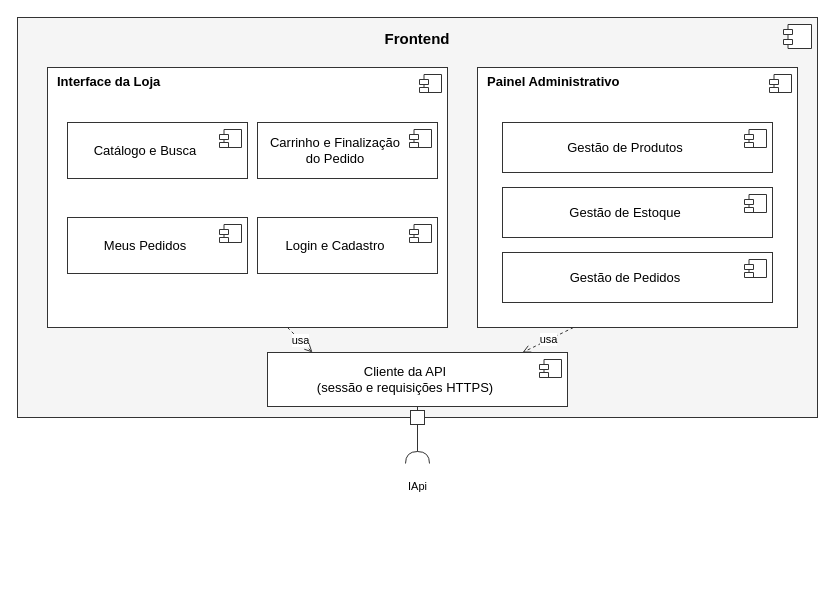
The draw.io diagram aps2/assets/CMP_Frontend.drawio in gabrlou/modelagem-software, before the edit. Source tidied: cells renumbered, new cells numbered last; positions are measured from the earlier drawing's top-left corner, leaving out a move shared by most shapes. Both pictures are drawn from the tidied source at 100%, with x=0, y=0 at pixel (17, 17).
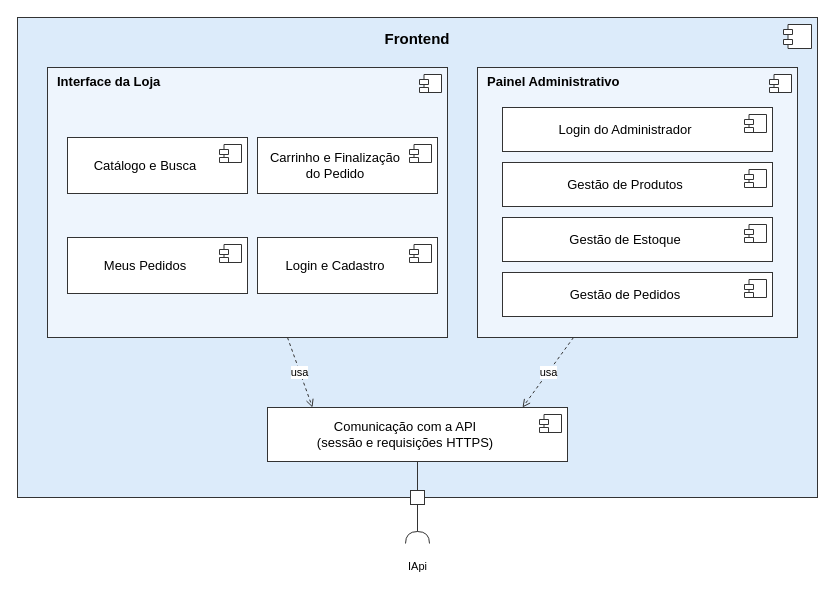
The same page after the edit.

Commit message (it also covers changes not shown here):
docs(aps2): cores nos diagramas, secao Diagrama no cap. 3, micro do Backend e Frontend revisados, textos explicativos

The edit, as a diff of the source:
```diff
@@
-    <mxCell id="2" value="Frontend" style="rounded=0;whiteSpace=wrap;html=1;fillColor=#F5F5F5;strokeColor=#333333;fontSize=15;fontStyle=1;align=center;verticalAlign=top;spacingTop=6;" parent="1" vertex="1">
-      <mxGeometry width="800" height="400" as="geometry" />
+    <mxCell id="2" value="Frontend" style="rounded=0;whiteSpace=wrap;html=1;fillColor=#DCEBFA;strokeColor=#333333;fontSize=15;fontStyle=1;align=center;verticalAlign=top;spacingTop=6;" parent="1" vertex="1">
+      <mxGeometry width="800" height="480" as="geometry" />
     </mxCell>
@@
-    <mxCell id="4" value="Interface da Loja" style="rounded=0;whiteSpace=wrap;html=1;fillColor=#FFFFFF;strokeColor=#333333;verticalAlign=top;align=left;spacingLeft=8;fontStyle=1;fontSize=13;" parent="1" vertex="1">
-      <mxGeometry x="30" y="50" width="400" height="260" as="geometry" />
+    <mxCell id="4" value="Interface da Loja" style="rounded=0;whiteSpace=wrap;html=1;fillColor=#EEF5FD;strokeColor=#333333;verticalAlign=top;align=left;spacingLeft=8;fontStyle=1;fontSize=13;" parent="1" vertex="1">
+      <mxGeometry x="30" y="50" width="400" height="270" as="geometry" />
     </mxCell>
@@
-    <mxCell id="6" value="Painel Administrativo" style="rounded=0;whiteSpace=wrap;html=1;fillColor=#FFFFFF;strokeColor=#333333;verticalAlign=top;align=left;spacingLeft=8;fontStyle=1;fontSize=13;" parent="1" vertex="1">
-      <mxGeometry x="460" y="50" width="320" height="260" as="geometry" />
+    <mxCell id="6" value="Painel Administrativo" style="rounded=0;whiteSpace=wrap;html=1;fillColor=#EEF5FD;strokeColor=#333333;verticalAlign=top;align=left;spacingLeft=8;fontStyle=1;fontSize=13;" parent="1" vertex="1">
+      <mxGeometry x="460" y="50" width="320" height="270" as="geometry" />
     </mxCell>
@@
     <mxCell id="8" value="Catálogo e Busca" style="rounded=0;whiteSpace=wrap;html=1;fillColor=#FFFFFF;strokeColor=#333333;fontSize=13;align=center;verticalAlign=middle;spacingRight=24;" parent="1" vertex="1">
-      <mxGeometry x="50" y="105" width="180" height="56" as="geometry" />
+      <mxGeometry x="50" y="120" width="180" height="56" as="geometry" />
     </mxCell>
@@
     <mxCell id="10" value="Carrinho e Finalização&lt;br&gt;do Pedido" style="rounded=0;whiteSpace=wrap;html=1;fillColor=#FFFFFF;strokeColor=#333333;fontSize=13;align=center;verticalAlign=middle;spacingRight=24;" parent="1" vertex="1">
-      <mxGeometry x="240" y="105" width="180" height="56" as="geometry" />
+      <mxGeometry x="240" y="120" width="180" height="56" as="geometry" />
     </mxCell>
@@
     <mxCell id="12" value="Meus Pedidos" style="rounded=0;whiteSpace=wrap;html=1;fillColor=#FFFFFF;strokeColor=#333333;fontSize=13;align=center;verticalAlign=middle;spacingRight=24;" parent="1" vertex="1">
-      <mxGeometry x="50" y="200" width="180" height="56" as="geometry" />
+      <mxGeometry x="50" y="220" width="180" height="56" as="geometry" />
     </mxCell>
@@
     <mxCell id="14" value="Login e Cadastro" style="rounded=0;whiteSpace=wrap;html=1;fillColor=#FFFFFF;strokeColor=#333333;fontSize=13;align=center;verticalAlign=middle;spacingRight=24;" parent="1" vertex="1">
-      <mxGeometry x="240" y="200" width="180" height="56" as="geometry" />
+      <mxGeometry x="240" y="220" width="180" height="56" as="geometry" />
     </mxCell>
@@
-    <mxCell id="16" value="Gestão de Produtos" style="rounded=0;whiteSpace=wrap;html=1;fillColor=#FFFFFF;strokeColor=#333333;fontSize=13;align=center;verticalAlign=middle;spacingRight=24;" parent="1" vertex="1">
-      <mxGeometry x="485" y="105" width="270" height="50" as="geometry" />
+    <mxCell id="16" value="Login do Administrador" style="rounded=0;whiteSpace=wrap;html=1;fillColor=#FFFFFF;strokeColor=#333333;fontSize=13;align=center;verticalAlign=middle;spacingRight=24;" parent="1" vertex="1">
+      <mxGeometry x="485" y="90" width="270" height="44" as="geometry" />
     </mxCell>
@@
-    <mxCell id="18" value="Gestão de Estoque" style="rounded=0;whiteSpace=wrap;html=1;fillColor=#FFFFFF;strokeColor=#333333;fontSize=13;align=center;verticalAlign=middle;spacingRight=24;" parent="1" vertex="1">
-      <mxGeometry x="485" y="170" width="270" height="50" as="geometry" />
+    <mxCell id="18" value="Gestão de Produtos" style="rounded=0;whiteSpace=wrap;html=1;fillColor=#FFFFFF;strokeColor=#333333;fontSize=13;align=center;verticalAlign=middle;spacingRight=24;" parent="1" vertex="1">
+      <mxGeometry x="485" y="145" width="270" height="44" as="geometry" />
     </mxCell>
@@
-    <mxCell id="20" value="Gestão de Pedidos" style="rounded=0;whiteSpace=wrap;html=1;fillColor=#FFFFFF;strokeColor=#333333;fontSize=13;align=center;verticalAlign=middle;spacingRight=24;" parent="1" vertex="1">
-      <mxGeometry x="485" y="235" width="270" height="50" as="geometry" />
+    <mxCell id="20" value="Gestão de Estoque" style="rounded=0;whiteSpace=wrap;html=1;fillColor=#FFFFFF;strokeColor=#333333;fontSize=13;align=center;verticalAlign=middle;spacingRight=24;" parent="1" vertex="1">
+      <mxGeometry x="485" y="200" width="270" height="44" as="geometry" />
     </mxCell>
@@
-    <mxCell id="22" value="Cliente da API&lt;br&gt;(sessão e requisições HTTPS)" style="rounded=0;whiteSpace=wrap;html=1;fillColor=#FFFFFF;strokeColor=#333333;fontSize=13;align=center;verticalAlign=middle;spacingRight=24;" parent="1" vertex="1">
-      <mxGeometry x="250" y="335" width="300" height="54" as="geometry" />
+    <mxCell id="22" value="Gestão de Pedidos" style="rounded=0;whiteSpace=wrap;html=1;fillColor=#FFFFFF;strokeColor=#333333;fontSize=13;align=center;verticalAlign=middle;spacingRight=24;" parent="1" vertex="1">
+      <mxGeometry x="485" y="255" width="270" height="44" as="geometry" />
     </mxCell>
@@
-    <mxCell id="24" value="usa" style="html=1;rounded=0;dashed=1;endArrow=open;endFill=0;strokeColor=#333333;edgeStyle=none;fontSize=11;exitX=0.6;exitY=1;exitDx=0;exitDy=0;entryX=0.15;entryY=0;entryDx=0;entryDy=0;" parent="1" edge="1" source="4" target="22">
-      <mxGeometry relative="1" as="geometry" />
+    <mxCell id="24" value="Comunicação com a API&lt;br&gt;(sessão e requisições HTTPS)" style="rounded=0;whiteSpace=wrap;html=1;fillColor=#FFFFFF;strokeColor=#333333;fontSize=13;align=center;verticalAlign=middle;spacingRight=24;" parent="1" vertex="1">
+      <mxGeometry x="250" y="390" width="300" height="54" as="geometry" />
     </mxCell>
-    <mxCell id="25" value="usa" style="html=1;rounded=0;dashed=1;endArrow=open;endFill=0;strokeColor=#333333;edgeStyle=none;fontSize=11;exitX=0.3;exitY=1;exitDx=0;exitDy=0;entryX=0.85;entryY=0;entryDx=0;entryDy=0;" parent="1" edge="1" source="6" target="22">
-      <mxGeometry relative="1" as="geometry" />
+    <mxCell id="25" style="shape=module;jettyWidth=9;jettyHeight=5;html=1;fillColor=#FFFFFF;strokeColor=#333333;" parent="24" vertex="1">
+      <mxGeometry x="1" width="22" height="18" relative="1" as="geometry">
+        <mxPoint x="-28" y="7" as="offset" />
+      </mxGeometry>
     </mxCell>
-    <mxCell id="26" style="rounded=0;whiteSpace=wrap;html=1;fillColor=#FFFFFF;strokeColor=#333333;" parent="1" vertex="1">
-      <mxGeometry x="393" y="393" width="14" height="14" as="geometry" />
+    <mxCell id="26" value="usa" style="html=1;rounded=0;dashed=1;endArrow=open;endFill=0;strokeColor=#333333;edgeStyle=none;fontSize=11;exitX=0.6;exitY=1;exitDx=0;exitDy=0;entryX=0.15;entryY=0;entryDx=0;entryDy=0;" parent="1" edge="1" source="4" target="24">
+      <mxGeometry relative="1" as="geometry" />
     </mxCell>
-    <mxCell id="27" style="html=1;rounded=0;endArrow=none;strokeColor=#333333;edgeStyle=none;exitX=0.5;exitY=1;exitDx=0;exitDy=0;" parent="1" edge="1" source="22" target="26">
+    <mxCell id="27" value="usa" style="html=1;rounded=0;dashed=1;endArrow=open;endFill=0;strokeColor=#333333;edgeStyle=none;fontSize=11;exitX=0.3;exitY=1;exitDx=0;exitDy=0;entryX=0.85;entryY=0;entryDx=0;entryDy=0;" parent="1" edge="1" source="6" target="24">
       <mxGeometry relative="1" as="geometry" />
     </mxCell>
-    <mxCell id="28" style="ellipse;strokeColor=none;fillColor=none;" parent="1" vertex="1">
-      <mxGeometry x="399" y="446" width="2" height="2" as="geometry" />
+    <mxCell id="28" style="rounded=0;whiteSpace=wrap;html=1;fillColor=#FFFFFF;strokeColor=#333333;" parent="1" vertex="1">
+      <mxGeometry x="393" y="473" width="14" height="14" as="geometry" />
     </mxCell>
-    <mxCell id="29" style="html=1;rounded=0;endArrow=halfCircle;endFill=0;endSize=10;strokeColor=#333333;edgeStyle=none;" parent="1" edge="1" source="26" target="28">
+    <mxCell id="29" style="html=1;rounded=0;endArrow=none;strokeColor=#333333;edgeStyle=none;exitX=0.5;exitY=1;exitDx=0;exitDy=0;" parent="1" edge="1" source="24" target="28">
       <mxGeometry relative="1" as="geometry" />
     </mxCell>
-    <mxCell id="30" value="IApi" style="text;html=1;align=center;fontSize=11;" parent="1" vertex="1">
-      <mxGeometry x="355" y="456" width="90" height="20" as="geometry" />
+    <mxCell id="30" style="ellipse;strokeColor=none;fillColor=none;" parent="1" vertex="1">
+      <mxGeometry x="399" y="526" width="2" height="2" as="geometry" />
     </mxCell>
+    <mxCell id="31" style="html=1;rounded=0;endArrow=halfCircle;endFill=0;endSize=10;strokeColor=#333333;edgeStyle=none;" parent="1" edge="1" source="28" target="30">
+      <mxGeometry relative="1" as="geometry" />
+    </mxCell>
+    <mxCell id="32" value="IApi" style="text;html=1;align=center;fontSize=11;" parent="1" vertex="1">
+      <mxGeometry x="355" y="536" width="90" height="20" as="geometry" />
+    </mxCell>
```
